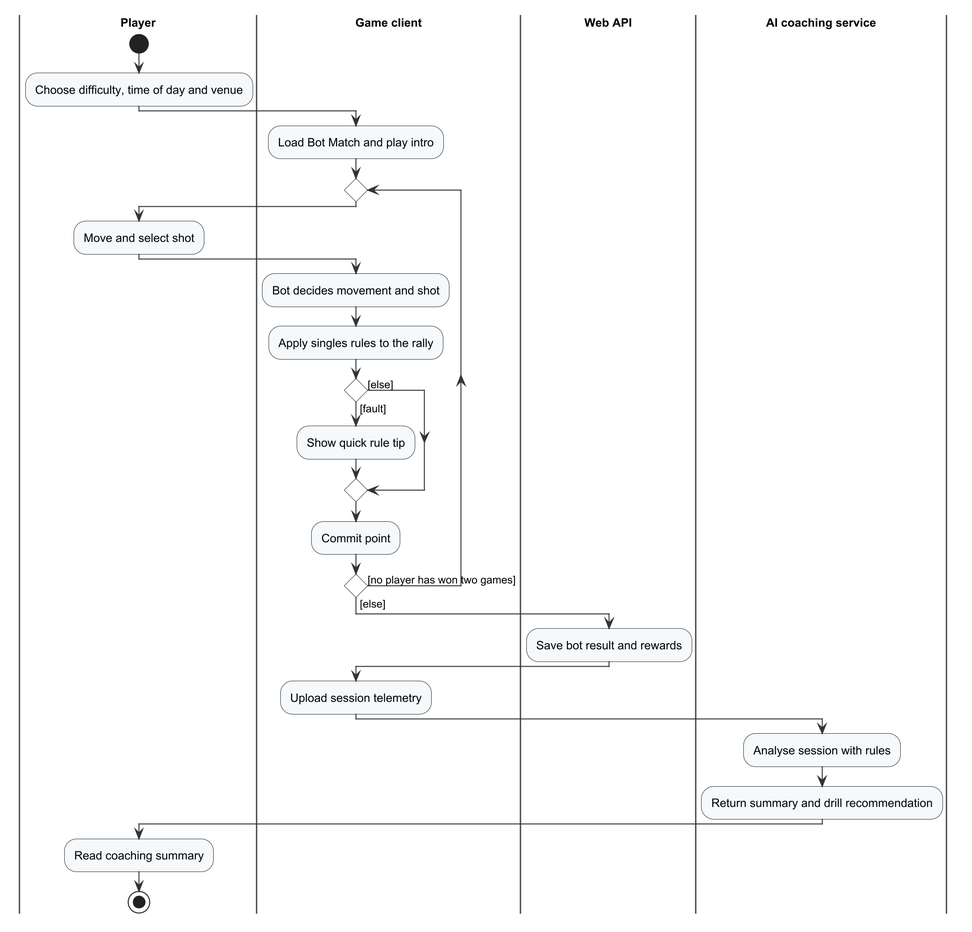
Tad-Min/PickleVerse keeps this PlantUML diagram as Doc/Project_report/Report/diagrams/png/r4_act_w02.png. Above is the earlier version.
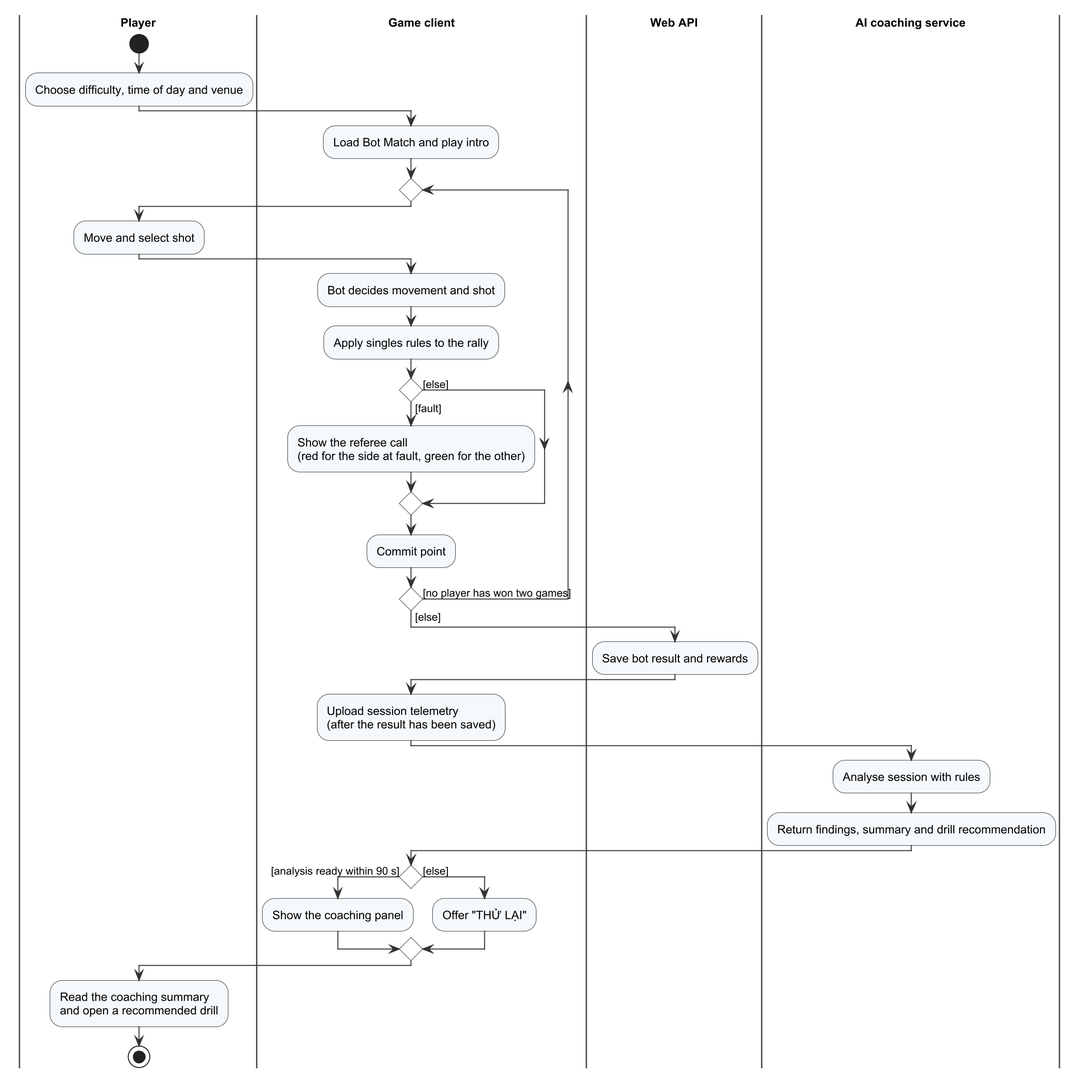
After the commit.

Change to the diagram source:
```diff
@@ -12,7 +12,7 @@
   :Bot decides movement and shot;
   :Apply singles rules to the rally;
   if () then ([fault])
-    :Show quick rule tip;
+    :Show the referee call\n(red for the side at fault, green for the other);
   else ([else])
   endif
   :Commit point;
@@ -20,11 +20,17 @@
 |Web API|
 :Save bot result and rewards;
 |Game client|
-:Upload session telemetry;
+:Upload session telemetry\n(after the result has been saved);
 |AI coaching service|
 :Analyse session with rules;
-:Return summary and drill recommendation;
+:Return findings, summary and drill recommendation;
+|Game client|
+if () then ([analysis ready within 90 s])
+  :Show the coaching panel;
+else ([else])
+  :Offer "THỬ LẠI";
+endif
 |Player|
-:Read coaching summary;
+:Read the coaching summary\nand open a recommended drill;
 stop
 @enduml
```
